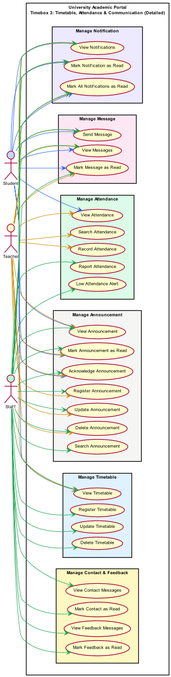
KyawMyoHtay1/academic-portal keeps this PlantUML diagram as out/usecase/Timebox3_UseCaseDiagram/Timebox3_UseCaseDiagram.png. Above is the earlier version. Source of this version:
```plantuml
@startuml Timebox3_UseCaseDiagram
left to right direction
skinparam packageStyle rectangle
skinparam shadowing false
skinparam dpi 300

scale 0.85
skinparam defaultFontSize 9
skinparam ranksep 8
skinparam nodesep 8
skinparam RectanglePadding 5

actor "Student" as Student #BFDBFE
actor "Teacher" as Teacher #FEF9C3
actor "Staff" as Staff #BBF7D0

rectangle "University Academic Portal\nTimebox 3: Timetable, Attendance & Communication (Detailed)" #FFFFFF {

  rectangle "Manage Timetable" #E0F2FE {
    usecase "Register Timetable" as UC_T1
    usecase "Update Timetable" as UC_T2
    usecase "Delete Timetable" as UC_T3
    usecase "View Timetable" as UC_T4
  }

  rectangle "Manage Attendance" #DCFCE7 {
    usecase "Record Attendance" as UC_A1
    usecase "View Attendance" as UC_A2
    usecase "Search Attendance" as UC_A3
    usecase "Report Attendance" as UC_A4
    usecase "Low Attendance Alert" as UC_A5
  }

  rectangle "Manage Announcement" #F5F5F4 {
    usecase "Register Announcement" as UC_N1
    usecase "Update Announcement" as UC_N2
    usecase "Delete Announcement" as UC_N3
    usecase "View Announcement" as UC_N4
    usecase "Mark Announcement as Read" as UC_N5
    usecase "Acknowledge Announcement" as UC_N6
    usecase "Search Announcement" as UC_N7
  }

  rectangle "Manage Message" #FCE7F3 {
    usecase "Send Message" as UC_M1
    usecase "View Messages" as UC_M2
    usecase "Mark Message as Read" as UC_M3
  }

  rectangle "Manage Contact & Feedback" #FEF9C3 {
    usecase "View Contact Messages" as UC_C1
    usecase "Mark Contact as Read" as UC_C2
    usecase "View Feedback Messages" as UC_F1
    usecase "Mark Feedback as Read" as UC_F2
  }

  rectangle "Manage Notification" #EDE9FE {
    usecase "View Notifications" as UC_O1
    usecase "Mark Notification as Read" as UC_O2
    usecase "Mark All Notifications as Read" as UC_O3
  }
}

Student -[#2563EB]-> UC_T4
Student -[#2563EB]-> UC_A2
Student -[#2563EB]-> UC_N4
Student -[#2563EB]-> UC_N5
Student -[#2563EB]-> UC_N6
Student -[#2563EB]-> UC_M1
Student -[#2563EB]-> UC_M2
Student -[#2563EB]-> UC_M3
Student -[#2563EB]-> UC_O1
Student -[#2563EB]-> UC_O2
Student -[#2563EB]-> UC_O3

Teacher -[#CA8A04]-> UC_T4
Teacher -[#CA8A04]-> UC_A1
Teacher -[#CA8A04]-> UC_A2
Teacher -[#CA8A04]-> UC_A3
Teacher -[#CA8A04]-> UC_N1
Teacher -[#CA8A04]-> UC_N2
Teacher -[#CA8A04]-> UC_N3
Teacher -[#CA8A04]-> UC_N4
Teacher -[#CA8A04]-> UC_N5
Teacher -[#CA8A04]-> UC_N6
Teacher -[#CA8A04]-> UC_M1
Teacher -[#CA8A04]-> UC_M2
Teacher -[#CA8A04]-> UC_M3
Teacher -[#CA8A04]-> UC_O1
Teacher -[#CA8A04]-> UC_O2
Teacher -[#CA8A04]-> UC_O3

Staff -[#16A34A]-> UC_T1
Staff -[#16A34A]-> UC_T2
Staff -[#16A34A]-> UC_T3
Staff -[#16A34A]-> UC_T4
Staff -[#16A34A]-> UC_A4
Staff -[#16A34A]-> UC_A5
Staff -[#16A34A]-> UC_N1
Staff -[#16A34A]-> UC_N2
Staff -[#16A34A]-> UC_N3
Staff -[#16A34A]-> UC_N7
Staff -[#16A34A]-> UC_N4
Staff -[#16A34A]-> UC_N5
Staff -[#16A34A]-> UC_N6
Staff -[#16A34A]-> UC_M1
Staff -[#16A34A]-> UC_M2
Staff -[#16A34A]-> UC_M3
Staff -[#16A34A]-> UC_C1
Staff -[#16A34A]-> UC_C2
Staff -[#16A34A]-> UC_F1
Staff -[#16A34A]-> UC_F2
Staff -[#16A34A]-> UC_O1
Staff -[#16A34A]-> UC_O2
Staff -[#16A34A]-> UC_O3

@enduml
```
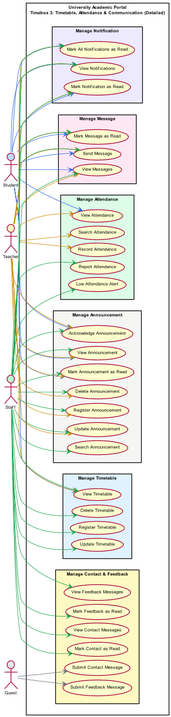
The same diagram one commit later.

Diff of the diagram source:
```diff
@@ -13,6 +13,7 @@
 actor "Student" as Student #BFDBFE
 actor "Teacher" as Teacher #FEF9C3
 actor "Staff" as Staff #BBF7D0
+actor "Guest" as Guest #E5E7EB
 
 rectangle "University Academic Portal\nTimebox 3: Timetable, Attendance & Communication (Detailed)" #FFFFFF {
 
@@ -48,8 +49,10 @@
   }
 
   rectangle "Manage Contact & Feedback" #FEF9C3 {
+    usecase "Submit Contact Message" as UC_C0
     usecase "View Contact Messages" as UC_C1
     usecase "Mark Contact as Read" as UC_C2
+    usecase "Submit Feedback Message" as UC_F0
     usecase "View Feedback Messages" as UC_F1
     usecase "Mark Feedback as Read" as UC_F2
   }
@@ -60,6 +63,9 @@
     usecase "Mark All Notifications as Read" as UC_O3
   }
 }
+
+Guest -[#6B7280]-> UC_C0
+Guest -[#6B7280]-> UC_F0
 
 Student -[#2563EB]-> UC_T4
 Student -[#2563EB]-> UC_A2
```
